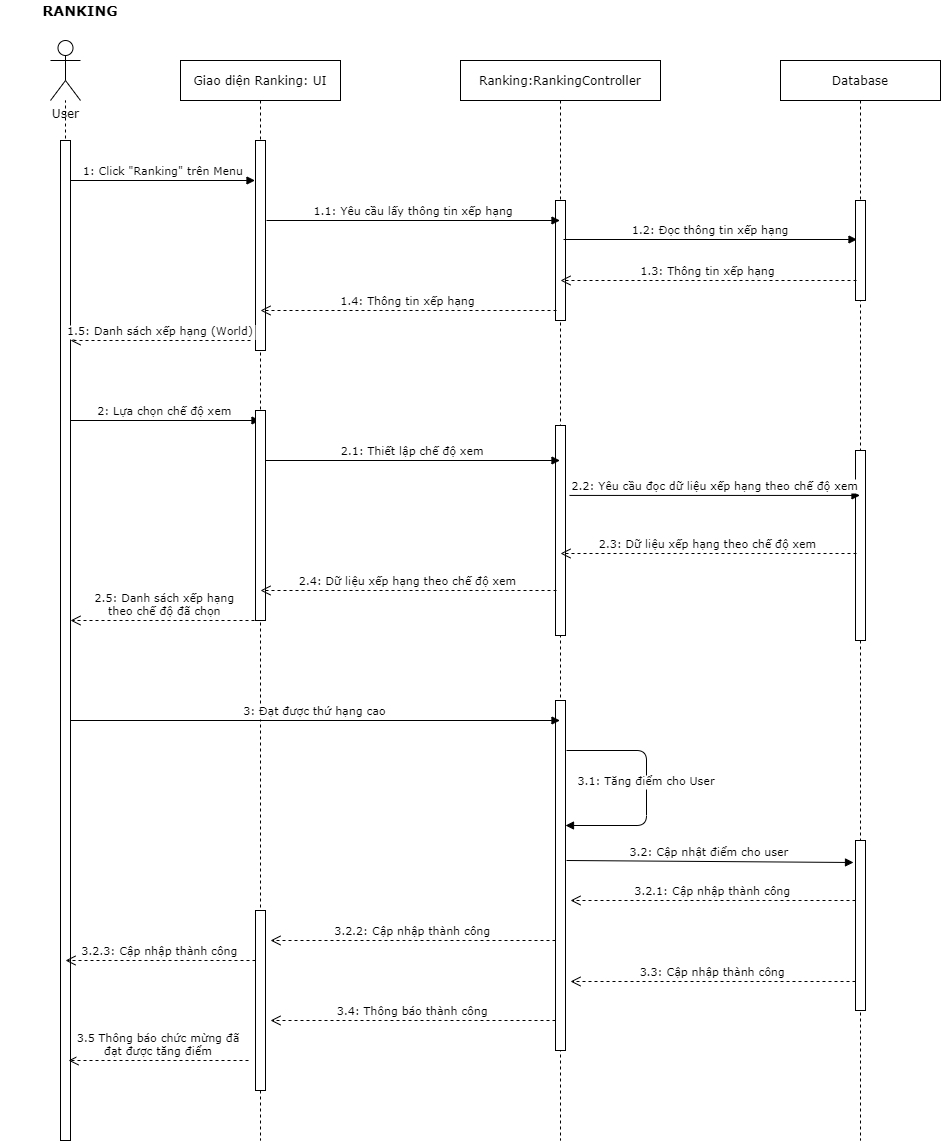
Earlier version of the draw.io export ToDoApp-Doc/Document/Diagram/Sequence Diagram/Ranking/Ranking_SequenceDiagram.png (Merevoli-DatLuu/To-Do-App). Source tidied: cells renumbered, new cells last; positions are measured from the earlier drawing's top-left corner, leaving out a move shared by most shapes. Its diagram source:
```xml
<mxGraphModel>
  <root>
    <mxCell id="0" />
    <mxCell id="1" parent="0" />
    <mxCell id="2" style="endArrow=none;dashed=1;html=1;fontFamily=Verdana;" parent="1" edge="1" target="6">
      <mxGeometry relative="1" as="geometry">
        <mxPoint x="65" y="780" as="sourcePoint" />
      </mxGeometry>
    </mxCell>
    <mxCell id="3" value="Giao diện Ranking: UI" style="shape=umlLifeline;perimeter=lifelinePerimeter;rounded=0;shadow=0;strokeWidth=1;fontFamily=Verdana;" parent="1" vertex="1">
      <mxGeometry x="180" y="60" width="160" height="1080" as="geometry" />
    </mxCell>
    <mxCell id="4" style="perimeter=orthogonalPerimeter;rounded=0;shadow=0;strokeWidth=1;fontFamily=Verdana;" parent="3" vertex="1">
      <mxGeometry x="75" y="80" width="10" height="210" as="geometry" />
    </mxCell>
    <mxCell id="5" style="perimeter=orthogonalPerimeter;rounded=0;shadow=0;strokeWidth=1;fontFamily=Verdana;" parent="3" vertex="1">
      <mxGeometry x="75" y="850" width="10" height="180" as="geometry" />
    </mxCell>
    <mxCell id="6" value="User" style="shape=umlActor;verticalLabelPosition=bottom;verticalAlign=top;html=1;outlineConnect=0;fontFamily=Verdana;" parent="1" vertex="1">
      <mxGeometry x="50" y="40" width="30" height="60" as="geometry" />
    </mxCell>
    <mxCell id="7" style="perimeter=orthogonalPerimeter;rounded=0;shadow=0;strokeWidth=1;fontFamily=Verdana;" parent="1" vertex="1">
      <mxGeometry x="60" y="140" width="10" height="1000" as="geometry" />
    </mxCell>
    <mxCell id="8" value="1: Click &quot;Ranking&quot; trên Menu" style="verticalAlign=bottom;endArrow=block;shadow=0;strokeWidth=1;fontFamily=Verdana;exitX=1.1;exitY=0.117;exitDx=0;exitDy=0;exitPerimeter=0;" parent="1" edge="1">
      <mxGeometry relative="1" as="geometry">
        <mxPoint x="70" y="180" as="sourcePoint" />
        <mxPoint x="254.5" y="180" as="targetPoint" />
      </mxGeometry>
    </mxCell>
    <mxCell id="9" value="&lt;font size=&quot;1&quot;&gt;&lt;b style=&quot;font-size: 14px&quot;&gt;RANKING&lt;/b&gt;&lt;/font&gt;" style="text;html=1;strokeColor=none;fillColor=none;align=center;verticalAlign=middle;whiteSpace=wrap;rounded=0;fontFamily=Verdana;" parent="1" vertex="1">
      <mxGeometry width="160" height="20" as="geometry" />
    </mxCell>
    <mxCell id="10" value="Ranking:RankingController" style="shape=umlLifeline;perimeter=lifelinePerimeter;rounded=0;shadow=0;strokeWidth=1;fontFamily=Verdana;" parent="1" vertex="1">
      <mxGeometry x="460" y="60" width="200" height="1080" as="geometry" />
    </mxCell>
    <mxCell id="11" style="perimeter=orthogonalPerimeter;rounded=0;shadow=0;strokeWidth=1;fontFamily=Verdana;" parent="10" vertex="1">
      <mxGeometry x="95" y="140" width="10" height="120" as="geometry" />
    </mxCell>
    <mxCell id="12" style="points=[];perimeter=orthogonalPerimeter;rounded=0;shadow=0;strokeWidth=1;fontFamily=Verdana;" parent="10" vertex="1">
      <mxGeometry x="95" y="365" width="10" height="210" as="geometry" />
    </mxCell>
    <mxCell id="13" style="points=[];perimeter=orthogonalPerimeter;rounded=0;shadow=0;strokeWidth=1;fontFamily=Verdana;" parent="10" vertex="1">
      <mxGeometry x="95" y="640" width="10" height="350" as="geometry" />
    </mxCell>
    <mxCell id="14" value="Database" style="shape=umlLifeline;perimeter=lifelinePerimeter;rounded=0;shadow=0;strokeWidth=1;fontFamily=Verdana;" parent="1" vertex="1">
      <mxGeometry x="780" y="60" width="160" height="1080" as="geometry" />
    </mxCell>
    <mxCell id="15" style="perimeter=orthogonalPerimeter;rounded=0;shadow=0;strokeWidth=1;fontFamily=Verdana;" parent="14" vertex="1">
      <mxGeometry x="75" y="390" width="10" height="190" as="geometry" />
    </mxCell>
    <mxCell id="16" style="perimeter=orthogonalPerimeter;rounded=0;shadow=0;strokeWidth=1;fontFamily=Verdana;" parent="14" vertex="1">
      <mxGeometry x="75" y="780" width="10" height="170" as="geometry" />
    </mxCell>
    <mxCell id="17" style="perimeter=orthogonalPerimeter;rounded=0;shadow=0;strokeWidth=1;fontFamily=Verdana;" parent="14" vertex="1">
      <mxGeometry x="75" y="140" width="10" height="100" as="geometry" />
    </mxCell>
    <mxCell id="18" value="1.1: Yêu cầu lấy thông tin xếp hạng" style="verticalAlign=bottom;endArrow=block;shadow=0;strokeWidth=1;fontFamily=Verdana;" parent="1" edge="1" target="10">
      <mxGeometry relative="1" as="geometry">
        <mxPoint x="266" y="220" as="sourcePoint" />
      </mxGeometry>
    </mxCell>
    <mxCell id="19" value="2: Lựa chọn chế độ xem" style="verticalAlign=bottom;endArrow=block;shadow=0;strokeWidth=1;fontFamily=Verdana;exitX=1.1;exitY=0.117;exitDx=0;exitDy=0;exitPerimeter=0;" parent="1" edge="1" target="3">
      <mxGeometry relative="1" as="geometry">
        <mxPoint x="70" y="420" as="sourcePoint" />
      </mxGeometry>
    </mxCell>
    <mxCell id="20" value="2.2: Yêu cầu đọc dữ liệu xếp hạng theo chế độ xem" style="verticalAlign=bottom;endArrow=block;shadow=0;strokeWidth=1;fontFamily=Verdana;exitX=1.4;exitY=0.333;exitDx=0;exitDy=0;exitPerimeter=0;" parent="1" edge="1" source="12" target="14">
      <mxGeometry relative="1" as="geometry" />
    </mxCell>
    <mxCell id="21" value="1.2: Đọc thông tin xếp hạng" style="verticalAlign=bottom;endArrow=block;shadow=0;strokeWidth=1;fontFamily=Verdana;" parent="1" edge="1">
      <mxGeometry relative="1" as="geometry">
        <mxPoint x="563" y="239" as="sourcePoint" />
        <mxPoint x="856.5" y="239" as="targetPoint" />
      </mxGeometry>
    </mxCell>
    <mxCell id="22" value="1.3: Thông tin xếp hạng" style="verticalAlign=bottom;endArrow=open;dashed=1;endSize=8;shadow=0;strokeWidth=1;fontFamily=Verdana;" parent="1" edge="1">
      <mxGeometry relative="1" as="geometry">
        <mxPoint x="856" y="280" as="sourcePoint" />
        <mxPoint x="560" y="280" as="targetPoint" />
      </mxGeometry>
    </mxCell>
    <mxCell id="23" value="1.4: Thông tin xếp hạng" style="verticalAlign=bottom;endArrow=open;dashed=1;endSize=8;shadow=0;strokeWidth=1;fontFamily=Verdana;" parent="1" edge="1">
      <mxGeometry relative="1" as="geometry">
        <mxPoint x="556" y="310" as="sourcePoint" />
        <mxPoint x="260" y="310" as="targetPoint" />
      </mxGeometry>
    </mxCell>
    <mxCell id="24" value="1.5: Danh sách xếp hạng (World)" style="verticalAlign=bottom;endArrow=open;dashed=1;endSize=8;shadow=0;strokeWidth=1;fontFamily=Verdana;" parent="1" edge="1">
      <mxGeometry relative="1" as="geometry">
        <mxPoint x="250" y="340" as="sourcePoint" />
        <mxPoint x="70" y="340" as="targetPoint" />
      </mxGeometry>
    </mxCell>
    <mxCell id="25" style="perimeter=orthogonalPerimeter;rounded=0;shadow=0;strokeWidth=1;fontFamily=Verdana;" parent="1" vertex="1">
      <mxGeometry x="255" y="410" width="10" height="210" as="geometry" />
    </mxCell>
    <mxCell id="26" value="2.1: Thiết lập chế độ xem" style="verticalAlign=bottom;endArrow=block;shadow=0;strokeWidth=1;fontFamily=Verdana;exitX=1.1;exitY=0.117;exitDx=0;exitDy=0;exitPerimeter=0;" parent="1" edge="1" target="10">
      <mxGeometry relative="1" as="geometry">
        <mxPoint x="265" y="460" as="sourcePoint" />
      </mxGeometry>
    </mxCell>
    <mxCell id="27" value="2.3: Dữ liệu xếp hạng theo chế độ xem" style="verticalAlign=bottom;endArrow=open;dashed=1;endSize=8;shadow=0;strokeWidth=1;fontFamily=Verdana;" parent="1" edge="1">
      <mxGeometry relative="1" as="geometry">
        <mxPoint x="856" y="553" as="sourcePoint" />
        <mxPoint x="560" y="553" as="targetPoint" />
      </mxGeometry>
    </mxCell>
    <mxCell id="28" value="2.4: Dữ liệu xếp hạng theo chế độ xem" style="verticalAlign=bottom;endArrow=open;dashed=1;endSize=8;shadow=0;strokeWidth=1;fontFamily=Verdana;" parent="1" edge="1">
      <mxGeometry relative="1" as="geometry">
        <mxPoint x="556" y="590" as="sourcePoint" />
        <mxPoint x="260" y="590" as="targetPoint" />
      </mxGeometry>
    </mxCell>
    <mxCell id="29" value="2.5: Danh sách xếp hạng&#10;theo chế độ đã chọn" style="verticalAlign=bottom;endArrow=open;dashed=1;endSize=8;shadow=0;strokeWidth=1;fontFamily=Verdana;" parent="1" edge="1">
      <mxGeometry relative="1" as="geometry">
        <mxPoint x="260" y="620" as="sourcePoint" />
        <mxPoint x="70" y="620" as="targetPoint" />
      </mxGeometry>
    </mxCell>
    <mxCell id="30" value="3: Đạt được thứ hạng cao" style="verticalAlign=bottom;endArrow=block;shadow=0;strokeWidth=1;fontFamily=Verdana;exitX=1.4;exitY=0.333;exitDx=0;exitDy=0;exitPerimeter=0;" parent="1" edge="1" target="10">
      <mxGeometry relative="1" as="geometry">
        <mxPoint x="70" y="720" as="sourcePoint" />
      </mxGeometry>
    </mxCell>
    <mxCell id="31" value="3.1: Tăng điểm cho User" style="verticalAlign=bottom;endArrow=block;shadow=0;strokeWidth=1;fontFamily=Verdana;exitX=1.4;exitY=0.333;exitDx=0;exitDy=0;exitPerimeter=0;" parent="1" edge="1" target="13">
      <mxGeometry x="0.02" relative="1" as="geometry">
        <mxPoint x="566" y="750" as="sourcePoint" />
        <Array as="points">
          <mxPoint x="646" y="750" />
          <mxPoint x="646" y="825" />
        </Array>
      </mxGeometry>
    </mxCell>
    <mxCell id="32" value="3.2: Cập nhật điểm cho user" style="verticalAlign=bottom;endArrow=block;shadow=0;strokeWidth=1;fontFamily=Verdana;exitX=1.4;exitY=0.333;exitDx=0;exitDy=0;exitPerimeter=0;" parent="1" edge="1">
      <mxGeometry relative="1" as="geometry">
        <mxPoint x="566" y="860" as="sourcePoint" />
        <mxPoint x="853" y="862" as="targetPoint" />
      </mxGeometry>
    </mxCell>
    <mxCell id="33" value="3.3: Cập nhập thành công" style="verticalAlign=bottom;endArrow=open;dashed=1;endSize=8;shadow=0;strokeWidth=1;fontFamily=Verdana;" parent="1" edge="1">
      <mxGeometry relative="1" as="geometry">
        <mxPoint x="855" y="981" as="sourcePoint" />
        <mxPoint x="570" y="981" as="targetPoint" />
      </mxGeometry>
    </mxCell>
    <mxCell id="34" value="3.4: Thông báo thành công" style="verticalAlign=bottom;endArrow=open;dashed=1;endSize=8;shadow=0;strokeWidth=1;fontFamily=Verdana;" parent="1" edge="1">
      <mxGeometry relative="1" as="geometry">
        <mxPoint x="555" y="1020" as="sourcePoint" />
        <mxPoint x="270" y="1020" as="targetPoint" />
      </mxGeometry>
    </mxCell>
    <mxCell id="35" value="3.5 Thông báo chức mừng đã&#10;đạt được tăng điểm" style="verticalAlign=bottom;endArrow=open;dashed=1;endSize=8;shadow=0;strokeWidth=1;fontFamily=Verdana;" parent="1" edge="1">
      <mxGeometry relative="1" as="geometry">
        <mxPoint x="248" y="1060" as="sourcePoint" />
        <mxPoint x="68" y="1060" as="targetPoint" />
      </mxGeometry>
    </mxCell>
    <mxCell id="36" value="3.2.1: Cập nhập thành công" style="verticalAlign=bottom;endArrow=open;dashed=1;endSize=8;shadow=0;strokeWidth=1;fontFamily=Verdana;" parent="1" edge="1">
      <mxGeometry relative="1" as="geometry">
        <mxPoint x="855" y="900" as="sourcePoint" />
        <mxPoint x="570" y="900" as="targetPoint" />
      </mxGeometry>
    </mxCell>
    <mxCell id="37" value="3.2.2: Cập nhập thành công" style="verticalAlign=bottom;endArrow=open;dashed=1;endSize=8;shadow=0;strokeWidth=1;fontFamily=Verdana;" parent="1" edge="1">
      <mxGeometry relative="1" as="geometry">
        <mxPoint x="555" y="940" as="sourcePoint" />
        <mxPoint x="270" y="940" as="targetPoint" />
      </mxGeometry>
    </mxCell>
    <mxCell id="38" value="3.2.3: Cập nhập thành công" style="verticalAlign=bottom;endArrow=open;dashed=1;endSize=8;shadow=0;strokeWidth=1;fontFamily=Verdana;" parent="1" edge="1">
      <mxGeometry relative="1" as="geometry">
        <mxPoint x="255" y="960" as="sourcePoint" />
        <mxPoint x="65" y="960" as="targetPoint" />
      </mxGeometry>
    </mxCell>
  </root>
</mxGraphModel>
```
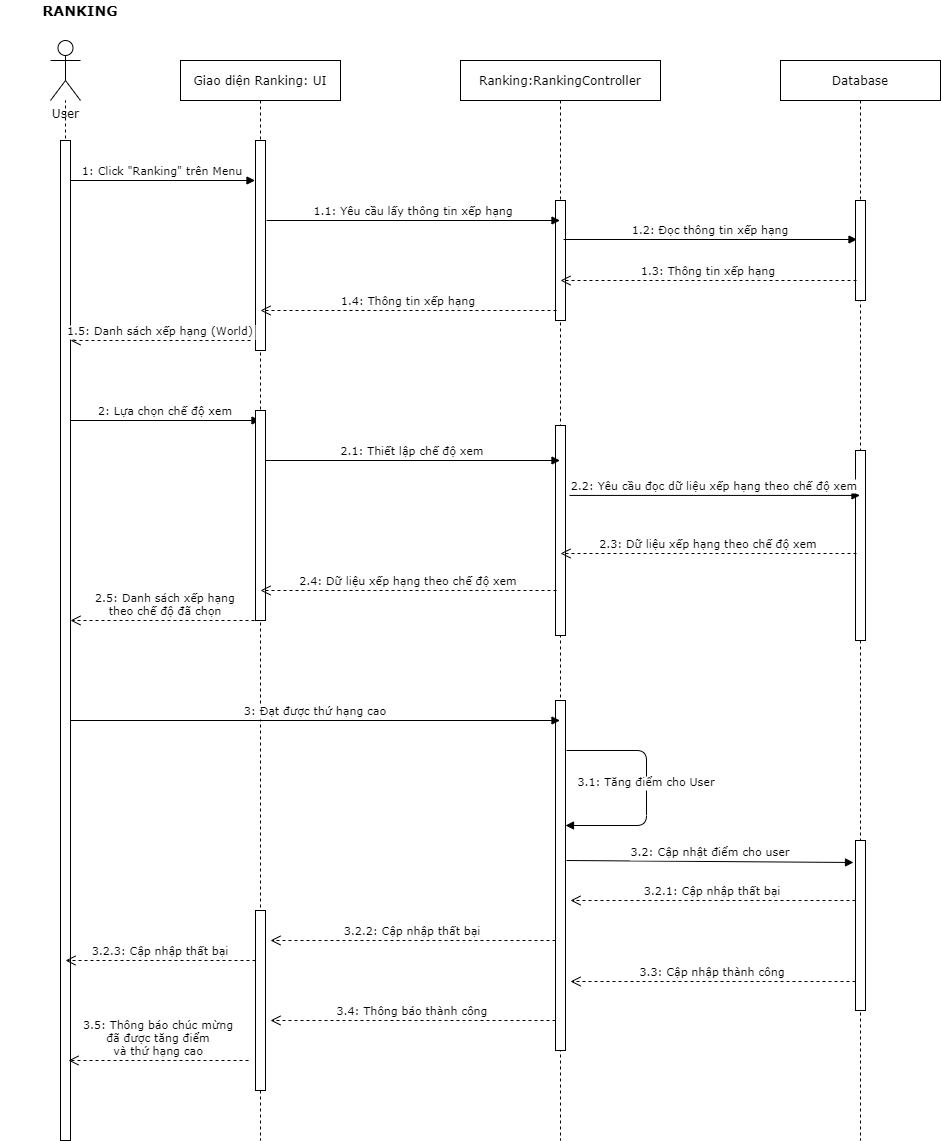
After the change.

Commit message:
[Modified]: Ranking Sequence Diagram

Diff of the diagram source:
```diff
@@ -150,25 +150,25 @@
         <mxPoint x="270" y="1020" as="targetPoint" />
       </mxGeometry>
     </mxCell>
-    <mxCell id="35" value="3.5 Thông báo chức mừng đã&#10;đạt được tăng điểm" style="verticalAlign=bottom;endArrow=open;dashed=1;endSize=8;shadow=0;strokeWidth=1;fontFamily=Verdana;" parent="1" edge="1">
+    <mxCell id="35" value="3.5: Thông báo chúc mừng &#10;đã được tăng điểm &#10;và thứ hạng cao" style="verticalAlign=bottom;endArrow=open;dashed=1;endSize=8;shadow=0;strokeWidth=1;fontFamily=Verdana;" parent="1" edge="1">
       <mxGeometry relative="1" as="geometry">
         <mxPoint x="248" y="1060" as="sourcePoint" />
         <mxPoint x="68" y="1060" as="targetPoint" />
       </mxGeometry>
     </mxCell>
-    <mxCell id="36" value="3.2.1: Cập nhập thành công" style="verticalAlign=bottom;endArrow=open;dashed=1;endSize=8;shadow=0;strokeWidth=1;fontFamily=Verdana;" parent="1" edge="1">
+    <mxCell id="36" value="3.2.1: Cập nhập thất bại" style="verticalAlign=bottom;endArrow=open;dashed=1;endSize=8;shadow=0;strokeWidth=1;fontFamily=Verdana;" parent="1" edge="1">
       <mxGeometry relative="1" as="geometry">
         <mxPoint x="855" y="900" as="sourcePoint" />
         <mxPoint x="570" y="900" as="targetPoint" />
       </mxGeometry>
     </mxCell>
-    <mxCell id="37" value="3.2.2: Cập nhập thành công" style="verticalAlign=bottom;endArrow=open;dashed=1;endSize=8;shadow=0;strokeWidth=1;fontFamily=Verdana;" parent="1" edge="1">
+    <mxCell id="37" value="3.2.2: Cập nhập thất bại" style="verticalAlign=bottom;endArrow=open;dashed=1;endSize=8;shadow=0;strokeWidth=1;fontFamily=Verdana;" parent="1" edge="1">
       <mxGeometry relative="1" as="geometry">
         <mxPoint x="555" y="940" as="sourcePoint" />
         <mxPoint x="270" y="940" as="targetPoint" />
       </mxGeometry>
     </mxCell>
-    <mxCell id="38" value="3.2.3: Cập nhập thành công" style="verticalAlign=bottom;endArrow=open;dashed=1;endSize=8;shadow=0;strokeWidth=1;fontFamily=Verdana;" parent="1" edge="1">
+    <mxCell id="38" value="3.2.3: Cập nhập thất bại" style="verticalAlign=bottom;endArrow=open;dashed=1;endSize=8;shadow=0;strokeWidth=1;fontFamily=Verdana;" parent="1" edge="1">
       <mxGeometry relative="1" as="geometry">
         <mxPoint x="255" y="960" as="sourcePoint" />
         <mxPoint x="65" y="960" as="targetPoint" />
```
